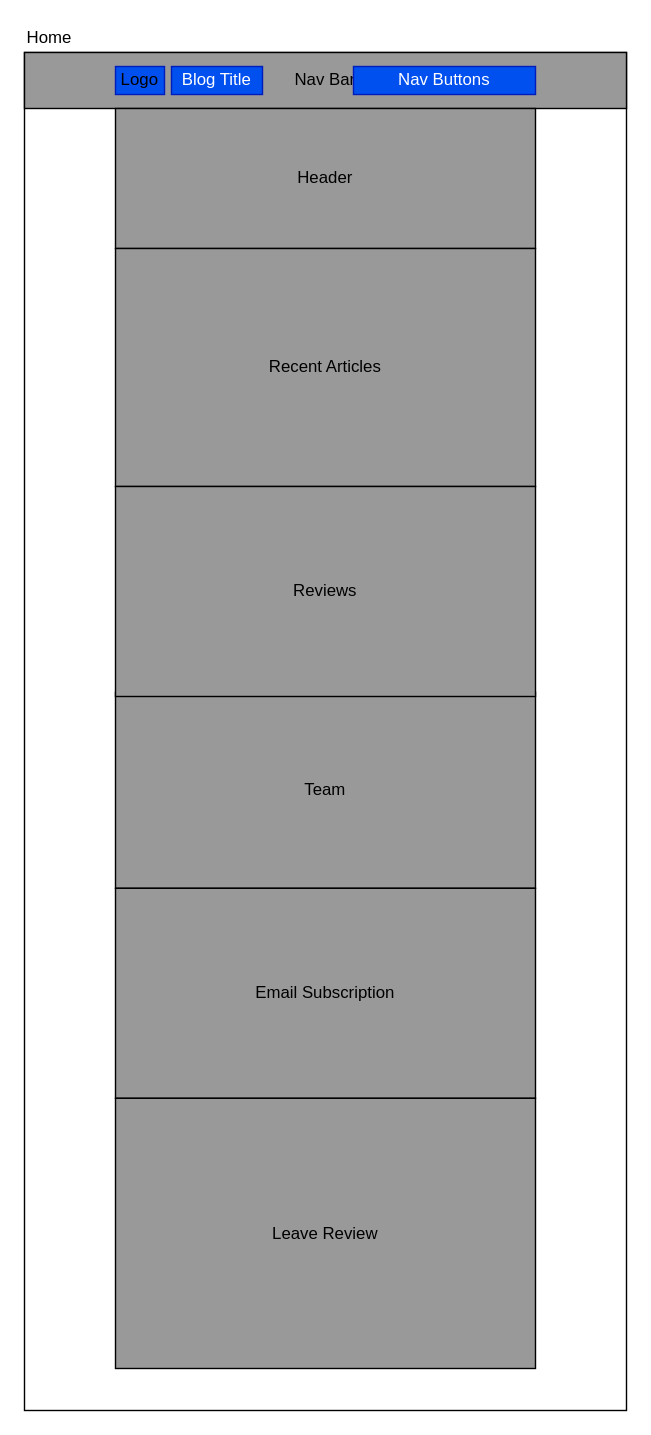
The draw.io diagram layout.drawio in AhPro7/AhPro7.github.io, before the edit. Source tidied: cells renumbered, new cells numbered last; positions are measured from the earlier drawing's top-left corner, leaving out a move shared by most shapes. Both pictures are drawn from the tidied source at 140%, with x=0, y=0 at pixel (24, 24).
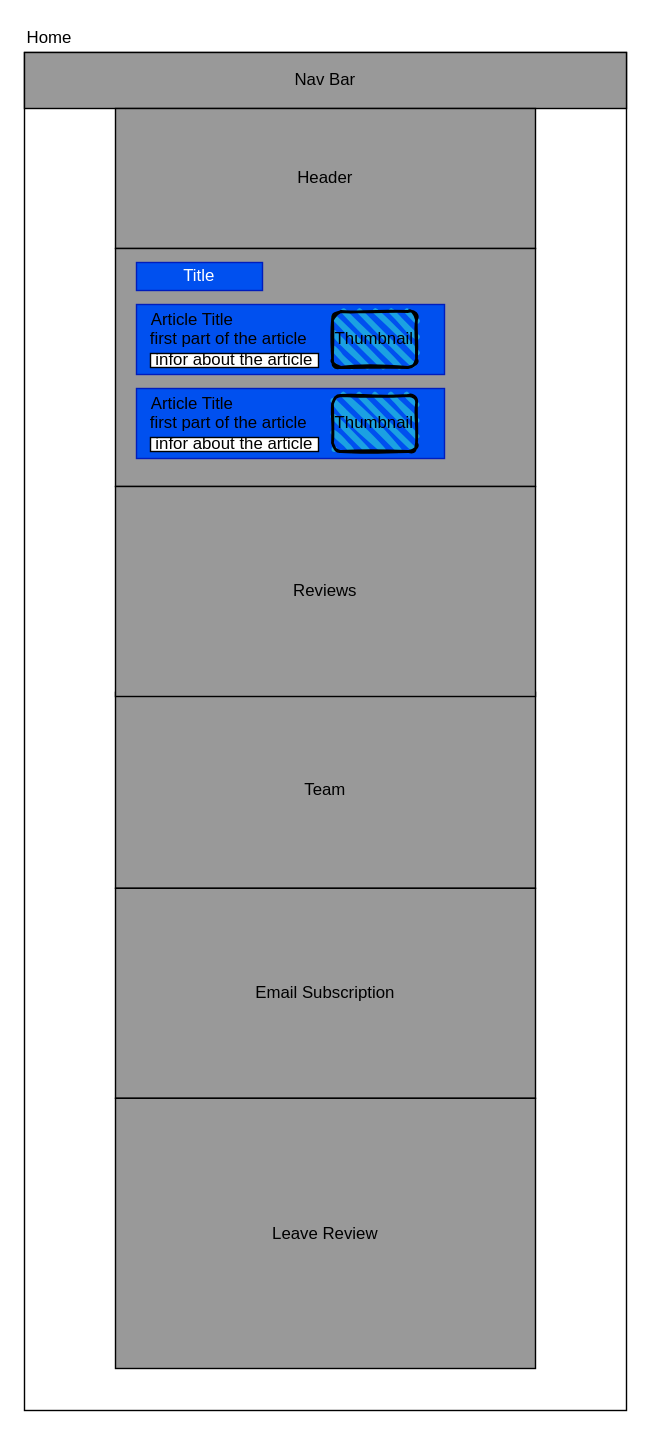
The same diagram, later.

Change to the diagram source:
```diff
@@
-    <mxCell id="12" parent="0" />
-    <mxCell id="13" value="Logo" style="rounded=0;whiteSpace=wrap;html=1;fillColor=#0050ef;fontColor=default;labelBackgroundColor=none;strokeColor=#001DBC;" parent="12" vertex="1">
-      <mxGeometry x="65" y="30" width="35" height="20" as="geometry" />
-    </mxCell>
-    <mxCell id="14" value="Blog Title" style="rounded=0;whiteSpace=wrap;html=1;labelBackgroundColor=none;fontColor=#ffffff;fillColor=#0050ef;strokeColor=#001DBC;" parent="12" vertex="1">
-      <mxGeometry x="105" y="30" width="65" height="20" as="geometry" />
-    </mxCell>
-    <mxCell id="15" value="Nav Buttons" style="rounded=0;whiteSpace=wrap;html=1;labelBackgroundColor=none;fontColor=#ffffff;fillColor=#0050ef;strokeColor=#001DBC;" parent="12" vertex="1">
-      <mxGeometry x="235" y="30" width="130" height="20" as="geometry" />
-    </mxCell>
+    <mxCell id="16" parent="0" />
+    <mxCell id="17" style="rounded=0;whiteSpace=wrap;html=1;labelBackgroundColor=none;fontColor=#ffffff;fillColor=#0050ef;strokeColor=#001DBC;" parent="16" vertex="1">
+      <mxGeometry x="80" y="200" width="220" height="50" as="geometry" />
+    </mxCell>
+    <mxCell id="18" value="Title" style="rounded=0;whiteSpace=wrap;html=1;labelBackgroundColor=none;fontColor=#ffffff;fillColor=#0050ef;strokeColor=#001DBC;" parent="16" vertex="1">
+      <mxGeometry x="80" y="170" width="90" height="20" as="geometry" />
+    </mxCell>
+    <mxCell id="19" value="Thumbnail" style="rounded=1;whiteSpace=wrap;html=1;strokeWidth=2;fillWeight=4;hachureGap=8;hachureAngle=45;fillColor=#1ba1e2;sketch=1;" parent="16" vertex="1">
+      <mxGeometry x="220" y="205" width="60" height="40" as="geometry" />
+    </mxCell>
+    <mxCell id="20" value="Article Title" style="text;html=1;strokeColor=none;fillColor=none;align=center;verticalAlign=middle;whiteSpace=wrap;rounded=0;" parent="16" vertex="1">
+      <mxGeometry x="80" y="203" width="80" height="15" as="geometry" />
+    </mxCell>
+    <mxCell id="21" value="first part of the article" style="text;html=1;strokeColor=none;fillColor=none;align=center;verticalAlign=middle;whiteSpace=wrap;rounded=0;" parent="16" vertex="1">
+      <mxGeometry x="86" y="219" width="120" height="12" as="geometry" />
+    </mxCell>
+    <mxCell id="22" value="infor about the article" style="rounded=0;whiteSpace=wrap;html=1;" parent="16" vertex="1">
+      <mxGeometry x="90" y="235" width="120" height="10" as="geometry" />
+    </mxCell>
+    <mxCell id="23" style="rounded=0;whiteSpace=wrap;html=1;labelBackgroundColor=none;fontColor=#ffffff;fillColor=#0050ef;strokeColor=#001DBC;" parent="16" vertex="1">
+      <mxGeometry x="80" y="260" width="220" height="50" as="geometry" />
+    </mxCell>
+    <mxCell id="24" value="Thumbnail" style="rounded=1;whiteSpace=wrap;html=1;strokeWidth=2;fillWeight=4;hachureGap=8;hachureAngle=45;fillColor=#1ba1e2;sketch=1;" parent="16" vertex="1">
+      <mxGeometry x="220" y="265" width="60" height="40" as="geometry" />
+    </mxCell>
+    <mxCell id="25" value="Article Title" style="text;html=1;strokeColor=none;fillColor=none;align=center;verticalAlign=middle;whiteSpace=wrap;rounded=0;" parent="16" vertex="1">
+      <mxGeometry x="80" y="263" width="80" height="15" as="geometry" />
+    </mxCell>
+    <mxCell id="26" value="first part of the article" style="text;html=1;strokeColor=none;fillColor=none;align=center;verticalAlign=middle;whiteSpace=wrap;rounded=0;" parent="16" vertex="1">
+      <mxGeometry x="86" y="279" width="120" height="12" as="geometry" />
+    </mxCell>
+    <mxCell id="27" value="infor about the article" style="rounded=0;whiteSpace=wrap;html=1;" parent="16" vertex="1">
+      <mxGeometry x="90" y="295" width="120" height="10" as="geometry" />
+    </mxCell>
```
